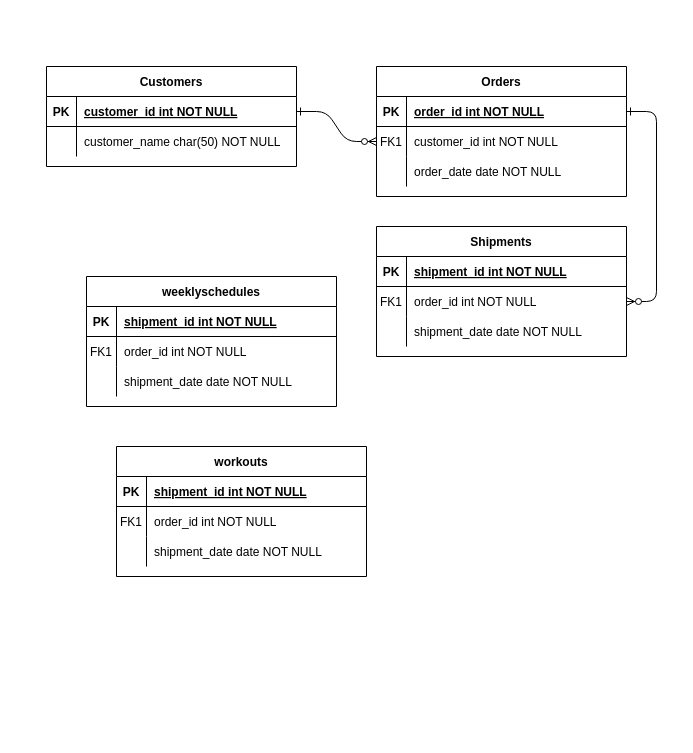
The draw.io diagram Biểu đồ không có tiêu đề.drawio in nhatquangpx/Gym-Management-System, before the edit. Source tidied: cells renumbered, new cells numbered last; positions are measured from the earlier drawing's top-left corner, leaving out a move shared by most shapes. Both pictures are drawn from the tidied source at 100%, with x=0, y=0 at pixel (46, 66).
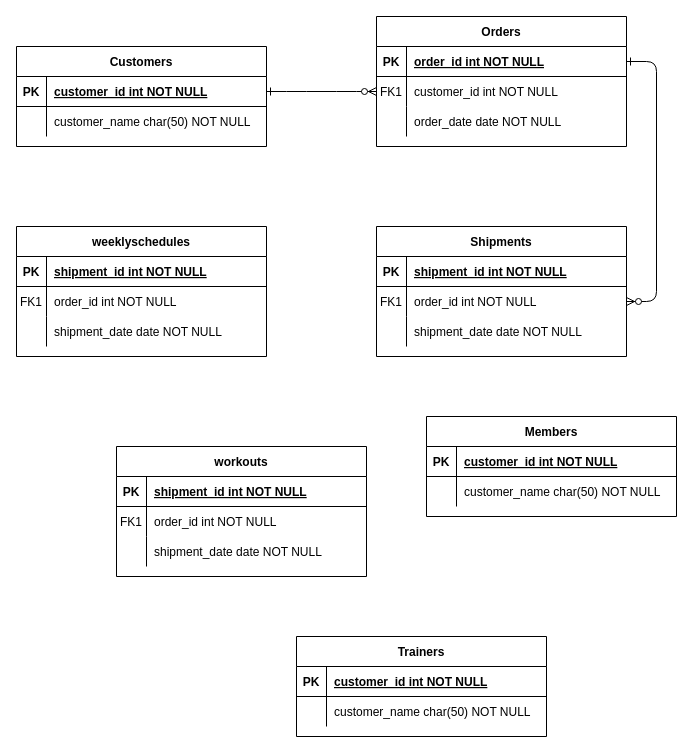
The same page after the edit.

Commit message:
Tạo 2 bảng Trainers và Members.drawio

What changed in the source:
```diff
@@
     <mxCell id="4" value="Orders" style="shape=table;startSize=30;childLayout=tableLayout;rowLines=0;fontStyle=1;align=center;" parent="1" vertex="1">
-      <mxGeometry x="330" width="250" height="130" as="geometry" />
+      <mxGeometry x="330" y="-50" width="250" height="130" as="geometry" />
     </mxCell>
@@
     <mxCell id="24" value="Customers" style="shape=table;startSize=30;childLayout=tableLayout;rowLines=0;fontStyle=1;align=center;" parent="1" vertex="1">
-      <mxGeometry width="250" height="100" as="geometry" />
+      <mxGeometry x="-30" y="-20" width="250" height="100" as="geometry" />
     </mxCell>
@@
     <mxCell id="31" value="weeklyschedules" style="shape=table;startSize=30;childLayout=tableLayout;rowLines=0;fontStyle=1;align=center;" parent="1" vertex="1">
-      <mxGeometry x="40" y="210" width="250" height="130" as="geometry" />
+      <mxGeometry x="-30" y="160" width="250" height="130" as="geometry" />
     </mxCell>
@@
+    <mxCell id="51" value="Members" style="shape=table;startSize=30;childLayout=tableLayout;rowLines=0;fontStyle=1;align=center;" parent="1" vertex="1">
+      <mxGeometry x="380" y="350" width="250" height="100" as="geometry" />
+    </mxCell>
+    <mxCell id="52" style="shape=partialRectangle;fillColor=none;top=0;left=0;right=0;bottom=1;" parent="51" vertex="1">
+      <mxGeometry y="30" width="250" height="30" as="geometry" />
+    </mxCell>
+    <mxCell id="53" value="PK" style="shape=partialRectangle;overflow=hidden;fillColor=none;top=0;left=0;bottom=0;right=0;fontStyle=1;" parent="52" vertex="1">
+      <mxGeometry width="30" height="30" as="geometry" />
+    </mxCell>
+    <mxCell id="54" value="customer_id int NOT NULL " style="shape=partialRectangle;overflow=hidden;fillColor=none;top=0;left=0;bottom=0;right=0;align=left;spacingLeft=6;fontStyle=5;" parent="52" vertex="1">
+      <mxGeometry x="30" width="220" height="30" as="geometry" />
+    </mxCell>
+    <mxCell id="55" style="shape=partialRectangle;fillColor=none;top=0;left=0;right=0;bottom=0;" parent="51" vertex="1">
+      <mxGeometry y="60" width="250" height="30" as="geometry" />
+    </mxCell>
+    <mxCell id="56" style="shape=partialRectangle;overflow=hidden;fillColor=none;top=0;left=0;bottom=0;right=0;" parent="55" vertex="1">
+      <mxGeometry width="30" height="30" as="geometry" />
+    </mxCell>
+    <mxCell id="57" value="customer_name char(50) NOT NULL" style="shape=partialRectangle;overflow=hidden;fillColor=none;top=0;left=0;bottom=0;right=0;align=left;spacingLeft=6;" parent="55" vertex="1">
+      <mxGeometry x="30" width="220" height="30" as="geometry" />
+    </mxCell>
+    <mxCell id="58" value="Trainers" style="shape=table;startSize=30;childLayout=tableLayout;rowLines=0;fontStyle=1;align=center;" parent="1" vertex="1">
+      <mxGeometry x="250" y="570" width="250" height="100" as="geometry" />
+    </mxCell>
+    <mxCell id="59" style="shape=partialRectangle;fillColor=none;top=0;left=0;right=0;bottom=1;" parent="58" vertex="1">
+      <mxGeometry y="30" width="250" height="30" as="geometry" />
+    </mxCell>
+    <mxCell id="60" value="PK" style="shape=partialRectangle;overflow=hidden;fillColor=none;top=0;left=0;bottom=0;right=0;fontStyle=1;" parent="59" vertex="1">
+      <mxGeometry width="30" height="30" as="geometry" />
+    </mxCell>
+    <mxCell id="61" value="customer_id int NOT NULL " style="shape=partialRectangle;overflow=hidden;fillColor=none;top=0;left=0;bottom=0;right=0;align=left;spacingLeft=6;fontStyle=5;" parent="59" vertex="1">
+      <mxGeometry x="30" width="220" height="30" as="geometry" />
+    </mxCell>
+    <mxCell id="62" style="shape=partialRectangle;fillColor=none;top=0;left=0;right=0;bottom=0;" parent="58" vertex="1">
+      <mxGeometry y="60" width="250" height="30" as="geometry" />
+    </mxCell>
+    <mxCell id="63" style="shape=partialRectangle;overflow=hidden;fillColor=none;top=0;left=0;bottom=0;right=0;" parent="62" vertex="1">
+      <mxGeometry width="30" height="30" as="geometry" />
+    </mxCell>
+    <mxCell id="64" value="customer_name char(50) NOT NULL" style="shape=partialRectangle;overflow=hidden;fillColor=none;top=0;left=0;bottom=0;right=0;align=left;spacingLeft=6;" parent="62" vertex="1">
+      <mxGeometry x="30" width="220" height="30" as="geometry" />
+    </mxCell>
```
